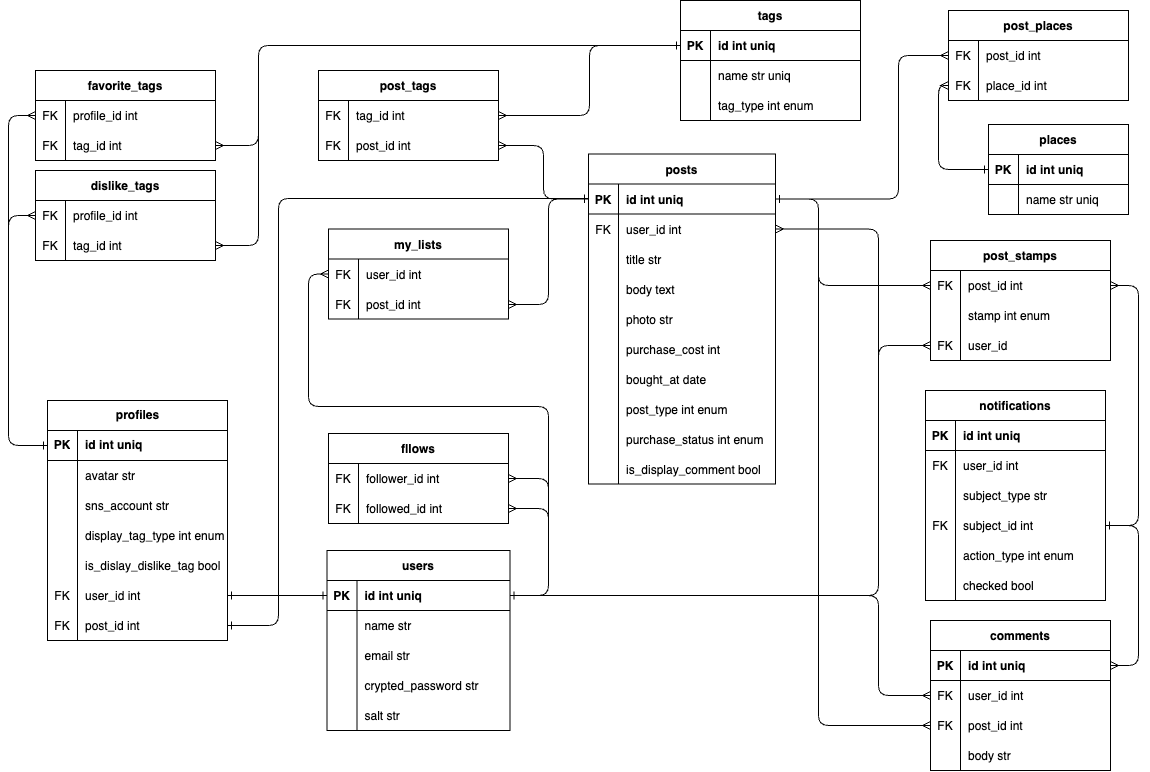
This is ERD.drawio.png from yaJI02/OshiGoodsGallery, a draw.io export, as it was before one commit. Source tidied: cells renumbered, new cells last; positions are measured from the earlier drawing's top-left corner, leaving out a move shared by most shapes.
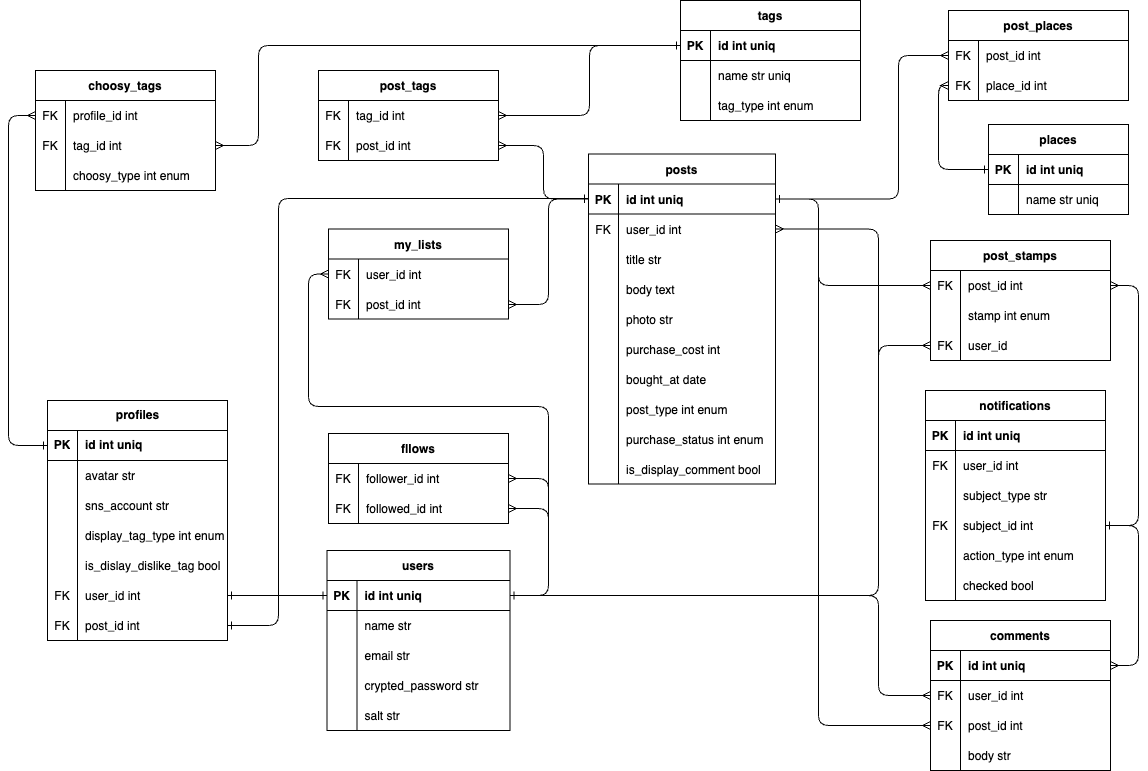
Later version of the same file.

Commit message:
feat: choosy_tagモデル追加

Diff of the diagram source:
```diff
@@ -116,8 +116,8 @@
     <mxCell id="39" value="post_id int" style="shape=partialRectangle;fillColor=none;top=0;left=0;bottom=0;right=0;align=left;spacingLeft=6;overflow=hidden;" parent="37" vertex="1">
       <mxGeometry x="30" width="150" height="30" as="geometry" />
     </mxCell>
-    <mxCell id="40" value="favorite_tags" style="shape=table;startSize=30;rowLines=0;fontStyle=1;align=center;" parent="1" vertex="1">
-      <mxGeometry x="27" y="70" width="180" height="90" as="geometry" />
+    <mxCell id="40" value="choosy_tags" style="shape=table;startSize=30;rowLines=0;fontStyle=1;align=center;" parent="1" vertex="1">
+      <mxGeometry x="27" y="70" width="180" height="120" as="geometry" />
     </mxCell>
     <mxCell id="41" style="shape=tableRow;horizontal=0;startSize=0;swimlaneHead=0;swimlaneBody=0;fillColor=none;points=[[0,0.5],[1,0.5]];portConstraint=eastwest;top=0;left=0;right=0;bottom=0;" parent="40" vertex="1">
       <mxGeometry y="30" width="180" height="30" as="geometry" />
@@ -137,27 +137,15 @@
     <mxCell id="46" value="tag_id int" style="shape=partialRectangle;fillColor=none;top=0;left=0;bottom=0;right=0;align=left;spacingLeft=6;fontStyle=0;overflow=hidden;" parent="44" vertex="1">
       <mxGeometry x="30" width="150" height="30" as="geometry" />
     </mxCell>
-    <mxCell id="47" value="dislike_tags" style="shape=table;startSize=30;rowLines=0;fontStyle=1;align=center;" parent="1" vertex="1">
-      <mxGeometry x="27" y="170" width="180" height="90" as="geometry" />
-    </mxCell>
-    <mxCell id="48" style="shape=tableRow;horizontal=0;startSize=0;swimlaneHead=0;swimlaneBody=0;fillColor=none;points=[[0,0.5],[1,0.5]];portConstraint=eastwest;top=0;left=0;right=0;bottom=0;" parent="47" vertex="1">
-      <mxGeometry y="30" width="180" height="30" as="geometry" />
-    </mxCell>
-    <mxCell id="49" value="FK" style="shape=partialRectangle;fillColor=none;top=0;left=0;bottom=0;right=0;fontStyle=0;overflow=hidden;" parent="48" vertex="1">
-      <mxGeometry width="30" height="30" as="geometry" />
-    </mxCell>
-    <mxCell id="50" value="profile_id int" style="shape=partialRectangle;fillColor=none;top=0;left=0;bottom=0;right=0;align=left;spacingLeft=6;fontStyle=0;overflow=hidden;" parent="48" vertex="1">
-      <mxGeometry x="30" width="150" height="30" as="geometry" />
-    </mxCell>
-    <mxCell id="51" style="shape=tableRow;horizontal=0;startSize=0;swimlaneHead=0;swimlaneBody=0;fillColor=none;points=[[0,0.5],[1,0.5]];portConstraint=eastwest;top=0;left=0;right=0;bottom=0;" parent="47" vertex="1">
-      <mxGeometry y="60" width="180" height="30" as="geometry" />
-    </mxCell>
-    <mxCell id="52" value="FK" style="shape=partialRectangle;fillColor=none;top=0;left=0;bottom=0;right=0;fontStyle=0;overflow=hidden;" parent="51" vertex="1">
-      <mxGeometry width="30" height="30" as="geometry" />
-    </mxCell>
-    <mxCell id="53" value="tag_id int" style="shape=partialRectangle;fillColor=none;top=0;left=0;bottom=0;right=0;align=left;spacingLeft=6;fontStyle=0;overflow=hidden;" parent="51" vertex="1">
-      <mxGeometry x="30" width="150" height="30" as="geometry" />
-    </mxCell>
+    <mxCell id="193" style="shape=tableRow;horizontal=0;startSize=0;swimlaneHead=0;swimlaneBody=0;fillColor=none;top=0;left=0;right=0;bottom=0;" parent="40" vertex="1">
+      <mxGeometry y="90" width="180" height="30" as="geometry" />
+    </mxCell>
+    <mxCell id="194" style="shape=partialRectangle;fillColor=none;top=0;left=0;bottom=0;right=0;overflow=hidden;" parent="193" vertex="1">
+      <mxGeometry width="30" height="30" as="geometry" />
+    </mxCell>
+    <mxCell id="195" value="choosy_type int enum" style="shape=partialRectangle;fillColor=none;top=0;left=0;bottom=0;right=0;align=left;spacingLeft=6;overflow=hidden;" parent="193" vertex="1">
+      <mxGeometry x="30" width="150" height="30" as="geometry" />
+    </mxCell>
     <mxCell id="54" value="tags" style="shape=table;startSize=30;rowLines=0;fontStyle=1;align=center;" parent="1" vertex="1">
       <mxGeometry x="672" width="180" height="120" as="geometry" />
     </mxCell>
@@ -196,22 +184,6 @@
         </Array>
       </mxGeometry>
     </mxCell>
-    <mxCell id="65" style="edgeStyle=orthogonalEdgeStyle;fontSize=12;html=1;endArrow=ERmany;endFill=0;startArrow=ERone;startFill=0;" parent="1" edge="1" source="55" target="51">
-      <mxGeometry relative="1" as="geometry">
-        <Array as="points">
-          <mxPoint x="250" y="45" />
-          <mxPoint x="250" y="245" />
-        </Array>
-      </mxGeometry>
-    </mxCell>
-    <mxCell id="66" style="endArrow=ERone;html=1;exitX=0;exitY=0.5;exitDx=0;exitDy=0;entryX=0;entryY=0.5;entryDx=0;entryDy=0;rounded=1;strokeColor=default;edgeStyle=orthogonalEdgeStyle;startArrow=ERmany;startFill=0;endFill=0;" parent="1" edge="1" source="48" target="19">
-      <mxGeometry relative="1" as="geometry">
-        <Array as="points">
-          <mxPoint y="215" />
-          <mxPoint y="445" />
-        </Array>
-      </mxGeometry>
-    </mxCell>
     <mxCell id="67" style="endArrow=ERone;html=1;rounded=1;strokeColor=default;edgeStyle=orthogonalEdgeStyle;startArrow=ERmany;startFill=0;endFill=0;entryX=0;entryY=0.5;entryDx=0;entryDy=0;" parent="1" edge="1" source="41" target="19">
       <mxGeometry relative="1" as="geometry">
         <Array as="points">
```
